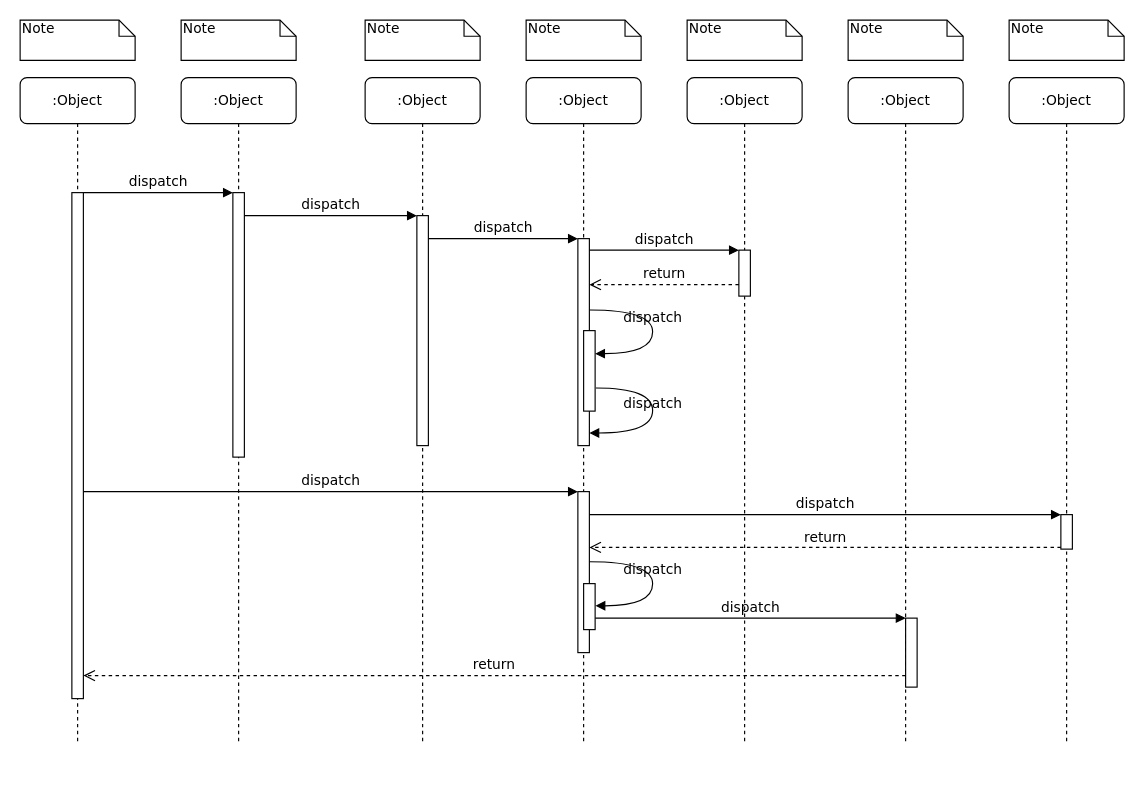
894508923/test190306 keeps this draw.io diagram as InitScreen.drawio. Above is the earlier version. Source tidied: cells renumbered, new cells numbered last; positions are measured from the earlier drawing's top-left corner, leaving out a move shared by most shapes. Both pictures are drawn from the tidied source at 115%, with x=0, y=0 at pixel (20, 20).
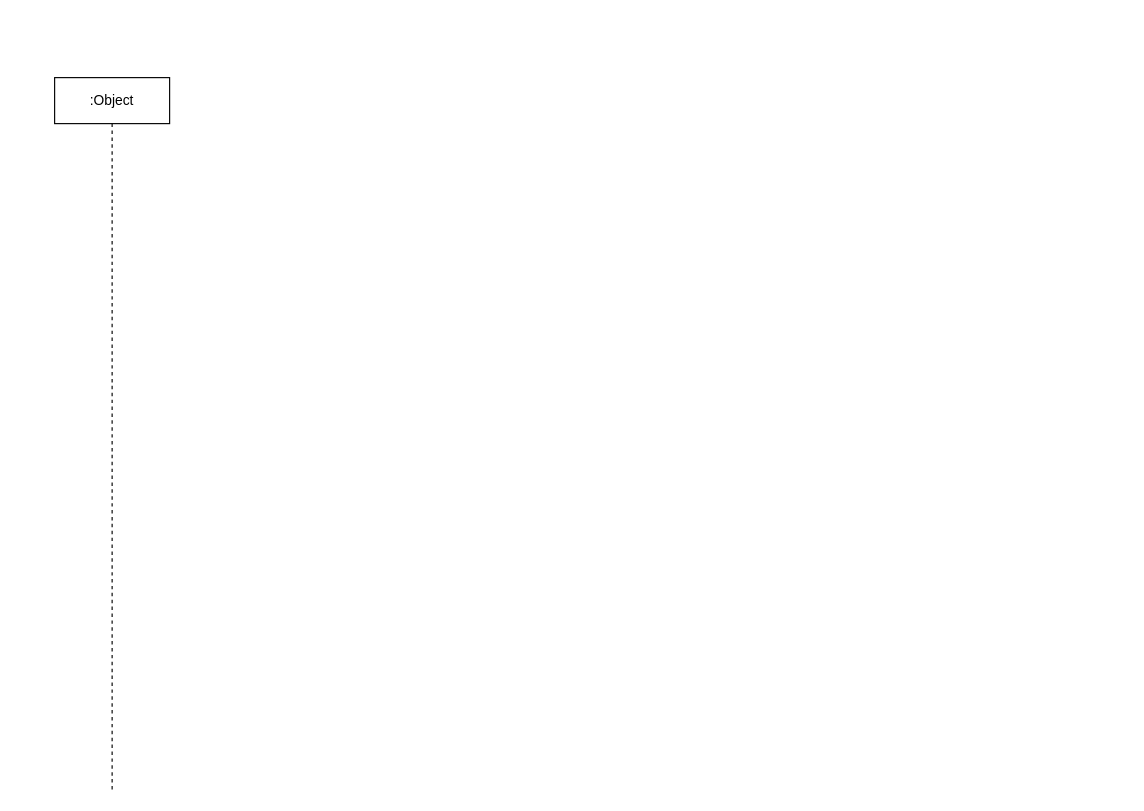
After the change.

Diff of the diagram source:
```diff
@@
-    <mxCell id="2" value=":Object" style="shape=umlLifeline;perimeter=lifelinePerimeter;whiteSpace=wrap;html=1;rounded=1;shadow=0;comic=0;labelBackgroundColor=none;strokeWidth=1;fontFamily=Verdana;fontSize=12;align=center;" parent="1" vertex="1">
-      <mxGeometry x="140" y="50" width="100" height="580" as="geometry" />
-    </mxCell>
-    <mxCell id="3" style="html=1;points=[];perimeter=orthogonalPerimeter;rounded=0;shadow=0;comic=0;labelBackgroundColor=none;strokeWidth=1;fontFamily=Verdana;fontSize=12;align=center;" parent="2" vertex="1">
-      <mxGeometry x="45" y="100" width="10" height="230" as="geometry" />
-    </mxCell>
-    <mxCell id="4" value=":Object" style="shape=umlLifeline;perimeter=lifelinePerimeter;whiteSpace=wrap;html=1;rounded=1;shadow=0;comic=0;labelBackgroundColor=none;strokeWidth=1;fontFamily=Verdana;fontSize=12;align=center;" parent="1" vertex="1">
-      <mxGeometry x="300" y="50" width="100" height="580" as="geometry" />
-    </mxCell>
-    <mxCell id="5" style="html=1;points=[];perimeter=orthogonalPerimeter;rounded=0;shadow=0;comic=0;labelBackgroundColor=none;strokeWidth=1;fontFamily=Verdana;fontSize=12;align=center;" parent="4" vertex="1">
-      <mxGeometry x="45" y="120" width="10" height="200" as="geometry" />
-    </mxCell>
-    <mxCell id="6" value=":Object" style="shape=umlLifeline;perimeter=lifelinePerimeter;whiteSpace=wrap;html=1;rounded=1;shadow=0;comic=0;labelBackgroundColor=none;strokeWidth=1;fontFamily=Verdana;fontSize=12;align=center;" parent="1" vertex="1">
-      <mxGeometry x="440" y="50" width="100" height="580" as="geometry" />
-    </mxCell>
-    <mxCell id="7" value=":Object" style="shape=umlLifeline;perimeter=lifelinePerimeter;whiteSpace=wrap;html=1;rounded=1;shadow=0;comic=0;labelBackgroundColor=none;strokeWidth=1;fontFamily=Verdana;fontSize=12;align=center;" parent="1" vertex="1">
-      <mxGeometry x="580" y="50" width="100" height="580" as="geometry" />
-    </mxCell>
-    <mxCell id="8" value=":Object" style="shape=umlLifeline;perimeter=lifelinePerimeter;whiteSpace=wrap;html=1;rounded=1;shadow=0;comic=0;labelBackgroundColor=none;strokeWidth=1;fontFamily=Verdana;fontSize=12;align=center;" parent="1" vertex="1">
-      <mxGeometry x="720" y="50" width="100" height="580" as="geometry" />
-    </mxCell>
-    <mxCell id="9" value=":Object" style="shape=umlLifeline;perimeter=lifelinePerimeter;whiteSpace=wrap;html=1;rounded=1;shadow=0;comic=0;labelBackgroundColor=none;strokeWidth=1;fontFamily=Verdana;fontSize=12;align=center;" parent="1" vertex="1">
-      <mxGeometry x="860" y="50" width="100" height="580" as="geometry" />
-    </mxCell>
-    <mxCell id="10" value=":Object" style="shape=umlLifeline;perimeter=lifelinePerimeter;whiteSpace=wrap;html=1;rounded=1;shadow=0;comic=0;labelBackgroundColor=none;strokeWidth=1;fontFamily=Verdana;fontSize=12;align=center;" parent="1" vertex="1">
-      <mxGeometry y="50" width="100" height="580" as="geometry" />
-    </mxCell>
-    <mxCell id="11" style="html=1;points=[];perimeter=orthogonalPerimeter;rounded=0;shadow=0;comic=0;labelBackgroundColor=none;strokeWidth=1;fontFamily=Verdana;fontSize=12;align=center;" parent="10" vertex="1">
-      <mxGeometry x="45" y="100" width="10" height="440" as="geometry" />
-    </mxCell>
-    <mxCell id="12" style="html=1;points=[];perimeter=orthogonalPerimeter;rounded=0;shadow=0;comic=0;labelBackgroundColor=none;strokeWidth=1;fontFamily=Verdana;fontSize=12;align=center;" parent="1" vertex="1">
-      <mxGeometry x="485" y="190" width="10" height="180" as="geometry" />
-    </mxCell>
-    <mxCell id="13" value="dispatch" style="html=1;verticalAlign=bottom;endArrow=block;labelBackgroundColor=none;fontFamily=Verdana;fontSize=12;edgeStyle=elbowEdgeStyle;elbow=vertical;" parent="1" edge="1" source="5" target="12">
-      <mxGeometry relative="1" as="geometry">
-        <Array as="points">
-          <mxPoint x="360" y="190" />
-        </Array>
-      </mxGeometry>
-    </mxCell>
-    <mxCell id="14" style="html=1;points=[];perimeter=orthogonalPerimeter;rounded=0;shadow=0;comic=0;labelBackgroundColor=none;strokeWidth=1;fontFamily=Verdana;fontSize=12;align=center;" parent="1" vertex="1">
-      <mxGeometry x="625" y="200" width="10" height="40" as="geometry" />
-    </mxCell>
-    <mxCell id="15" value="dispatch" style="html=1;verticalAlign=bottom;endArrow=block;entryX=0;entryY=0;labelBackgroundColor=none;fontFamily=Verdana;fontSize=12;edgeStyle=elbowEdgeStyle;elbow=vertical;" parent="1" edge="1" source="12" target="14">
-      <mxGeometry relative="1" as="geometry" />
-    </mxCell>
-    <mxCell id="16" value="return" style="html=1;verticalAlign=bottom;endArrow=open;dashed=1;endSize=8;labelBackgroundColor=none;fontFamily=Verdana;fontSize=12;edgeStyle=elbowEdgeStyle;elbow=vertical;" parent="1" edge="1" source="14" target="12">
-      <mxGeometry relative="1" as="geometry">
-        <Array as="points">
-          <mxPoint x="570" y="230" />
-          <mxPoint x="600" y="230" />
-        </Array>
-      </mxGeometry>
-    </mxCell>
-    <mxCell id="17" style="html=1;points=[];perimeter=orthogonalPerimeter;rounded=0;shadow=0;comic=0;labelBackgroundColor=none;strokeWidth=1;fontFamily=Verdana;fontSize=12;align=center;" parent="1" vertex="1">
-      <mxGeometry x="485" y="410" width="10" height="140" as="geometry" />
-    </mxCell>
-    <mxCell id="18" value="dispatch" style="html=1;verticalAlign=bottom;endArrow=block;entryX=0;entryY=0;labelBackgroundColor=none;fontFamily=Verdana;fontSize=12;" parent="1" edge="1" source="11" target="17">
-      <mxGeometry relative="1" as="geometry" />
-    </mxCell>
-    <mxCell id="19" style="html=1;points=[];perimeter=orthogonalPerimeter;rounded=0;shadow=0;comic=0;labelBackgroundColor=none;strokeColor=#000000;strokeWidth=1;fillColor=#FFFFFF;fontFamily=Verdana;fontSize=12;fontColor=#000000;align=center;" parent="1" vertex="1">
-      <mxGeometry x="905" y="430" width="10" height="30" as="geometry" />
-    </mxCell>
-    <mxCell id="20" value="dispatch" style="html=1;verticalAlign=bottom;endArrow=block;entryX=0;entryY=0;labelBackgroundColor=none;fontFamily=Verdana;fontSize=12;" parent="1" edge="1" source="17" target="19">
-      <mxGeometry relative="1" as="geometry" />
-    </mxCell>
-    <mxCell id="21" value="return" style="html=1;verticalAlign=bottom;endArrow=open;dashed=1;endSize=8;exitX=0;exitY=0.95;labelBackgroundColor=none;fontFamily=Verdana;fontSize=12;" parent="1" edge="1" source="19" target="17">
-      <mxGeometry relative="1" as="geometry" />
-    </mxCell>
-    <mxCell id="22" style="html=1;points=[];perimeter=orthogonalPerimeter;rounded=0;shadow=0;comic=0;labelBackgroundColor=none;strokeWidth=1;fontFamily=Verdana;fontSize=12;align=center;" parent="1" vertex="1">
-      <mxGeometry x="770" y="520" width="10" height="60" as="geometry" />
-    </mxCell>
-    <mxCell id="23" value="dispatch" style="html=1;verticalAlign=bottom;endArrow=block;entryX=0;entryY=0;labelBackgroundColor=none;fontFamily=Verdana;fontSize=12;edgeStyle=elbowEdgeStyle;elbow=vertical;" parent="1" edge="1" source="30" target="22">
-      <mxGeometry relative="1" as="geometry" />
-    </mxCell>
-    <mxCell id="24" value="return" style="html=1;verticalAlign=bottom;endArrow=open;dashed=1;endSize=8;labelBackgroundColor=none;fontFamily=Verdana;fontSize=12;edgeStyle=elbowEdgeStyle;elbow=vertical;" parent="1" edge="1" source="22" target="11">
-      <mxGeometry relative="1" as="geometry">
-        <Array as="points">
-          <mxPoint x="470" y="570" />
-        </Array>
-      </mxGeometry>
-    </mxCell>
-    <mxCell id="25" value="dispatch" style="html=1;verticalAlign=bottom;endArrow=block;entryX=0;entryY=0;labelBackgroundColor=none;fontFamily=Verdana;fontSize=12;edgeStyle=elbowEdgeStyle;elbow=vertical;" parent="1" edge="1" source="11" target="3">
-      <mxGeometry relative="1" as="geometry" />
-    </mxCell>
-    <mxCell id="26" value="dispatch" style="html=1;verticalAlign=bottom;endArrow=block;entryX=0;entryY=0;labelBackgroundColor=none;fontFamily=Verdana;fontSize=12;edgeStyle=elbowEdgeStyle;elbow=vertical;" parent="1" edge="1" source="3" target="5">
-      <mxGeometry relative="1" as="geometry" />
-    </mxCell>
-    <mxCell id="27" style="html=1;points=[];perimeter=orthogonalPerimeter;rounded=0;shadow=0;comic=0;labelBackgroundColor=none;strokeWidth=1;fontFamily=Verdana;fontSize=12;align=center;" parent="1" vertex="1">
-      <mxGeometry x="490" y="270" width="10" height="70" as="geometry" />
-    </mxCell>
-    <mxCell id="28" value="dispatch" style="html=1;verticalAlign=bottom;endArrow=block;labelBackgroundColor=none;fontFamily=Verdana;fontSize=12;elbow=vertical;edgeStyle=orthogonalEdgeStyle;curved=1;entryX=1;entryY=0.286;entryPerimeter=0;exitX=1.038;exitY=0.345;exitPerimeter=0;" parent="1" edge="1" source="12" target="27">
-      <mxGeometry relative="1" as="geometry">
-        <Array as="points">
-          <mxPoint x="550" y="252" />
-          <mxPoint x="550" y="290" />
-        </Array>
-      </mxGeometry>
-    </mxCell>
-    <mxCell id="29" value="dispatch" style="html=1;verticalAlign=bottom;endArrow=block;labelBackgroundColor=none;fontFamily=Verdana;fontSize=12;elbow=vertical;edgeStyle=orthogonalEdgeStyle;curved=1;exitX=1.066;exitY=0.713;exitPerimeter=0;" parent="1" edge="1" source="27">
-      <mxGeometry relative="1" as="geometry">
-        <mxPoint x="495" y="359" as="targetPoint" />
-        <Array as="points">
-          <mxPoint x="550" y="320" />
-          <mxPoint x="550" y="359" />
-        </Array>
-      </mxGeometry>
-    </mxCell>
-    <mxCell id="30" style="html=1;points=[];perimeter=orthogonalPerimeter;rounded=0;shadow=0;comic=0;labelBackgroundColor=none;strokeWidth=1;fontFamily=Verdana;fontSize=12;align=center;" parent="1" vertex="1">
-      <mxGeometry x="490" y="490" width="10" height="40" as="geometry" />
-    </mxCell>
-    <mxCell id="31" value="dispatch" style="html=1;verticalAlign=bottom;endArrow=block;labelBackgroundColor=none;fontFamily=Verdana;fontSize=12;elbow=vertical;edgeStyle=orthogonalEdgeStyle;curved=1;entryX=1;entryY=0.286;entryPerimeter=0;exitX=1.038;exitY=0.345;exitPerimeter=0;" parent="1" edge="1">
-      <mxGeometry relative="1" as="geometry">
-        <mxPoint x="495.3" y="471" as="sourcePoint" />
-        <mxPoint x="500.3" y="509.3" as="targetPoint" />
-        <Array as="points">
-          <mxPoint x="550" y="471" />
-          <mxPoint x="550" y="509" />
-        </Array>
-      </mxGeometry>
-    </mxCell>
-    <mxCell id="32" value="Note" style="shape=note;whiteSpace=wrap;html=1;size=14;verticalAlign=top;align=left;spacingTop=-6;rounded=0;shadow=0;comic=0;labelBackgroundColor=none;strokeWidth=1;fontFamily=Verdana;fontSize=12;" parent="1" vertex="1">
-      <mxGeometry width="100" height="35" as="geometry" />
-    </mxCell>
-    <mxCell id="33" value="Note" style="shape=note;whiteSpace=wrap;html=1;size=14;verticalAlign=top;align=left;spacingTop=-6;rounded=0;shadow=0;comic=0;labelBackgroundColor=none;strokeWidth=1;fontFamily=Verdana;fontSize=12;" parent="1" vertex="1">
-      <mxGeometry x="140" width="100" height="35" as="geometry" />
-    </mxCell>
-    <mxCell id="34" value="Note" style="shape=note;whiteSpace=wrap;html=1;size=14;verticalAlign=top;align=left;spacingTop=-6;rounded=0;shadow=0;comic=0;labelBackgroundColor=none;strokeWidth=1;fontFamily=Verdana;fontSize=12;" parent="1" vertex="1">
-      <mxGeometry x="300" width="100" height="35" as="geometry" />
-    </mxCell>
-    <mxCell id="35" value="Note" style="shape=note;whiteSpace=wrap;html=1;size=14;verticalAlign=top;align=left;spacingTop=-6;rounded=0;shadow=0;comic=0;labelBackgroundColor=none;strokeWidth=1;fontFamily=Verdana;fontSize=12;" parent="1" vertex="1">
-      <mxGeometry x="440" width="100" height="35" as="geometry" />
-    </mxCell>
-    <mxCell id="36" value="Note" style="shape=note;whiteSpace=wrap;html=1;size=14;verticalAlign=top;align=left;spacingTop=-6;rounded=0;shadow=0;comic=0;labelBackgroundColor=none;strokeWidth=1;fontFamily=Verdana;fontSize=12;" parent="1" vertex="1">
-      <mxGeometry x="580" width="100" height="35" as="geometry" />
-    </mxCell>
-    <mxCell id="37" value="Note" style="shape=note;whiteSpace=wrap;html=1;size=14;verticalAlign=top;align=left;spacingTop=-6;rounded=0;shadow=0;comic=0;labelBackgroundColor=none;strokeWidth=1;fontFamily=Verdana;fontSize=12;" parent="1" vertex="1">
-      <mxGeometry x="720" width="100" height="35" as="geometry" />
-    </mxCell>
-    <mxCell id="38" value="Note" style="shape=note;whiteSpace=wrap;html=1;size=14;verticalAlign=top;align=left;spacingTop=-6;rounded=0;shadow=0;comic=0;labelBackgroundColor=none;strokeWidth=1;fontFamily=Verdana;fontSize=12;" parent="1" vertex="1">
-      <mxGeometry x="860" width="100" height="35" as="geometry" />
-    </mxCell>
+    <mxCell id="39" value=":Object" style="shape=umlLifeline;perimeter=lifelinePerimeter;whiteSpace=wrap;html=1;" parent="1" vertex="1">
+      <mxGeometry x="30" y="50" width="100" height="620" as="geometry" />
+    </mxCell>
```
